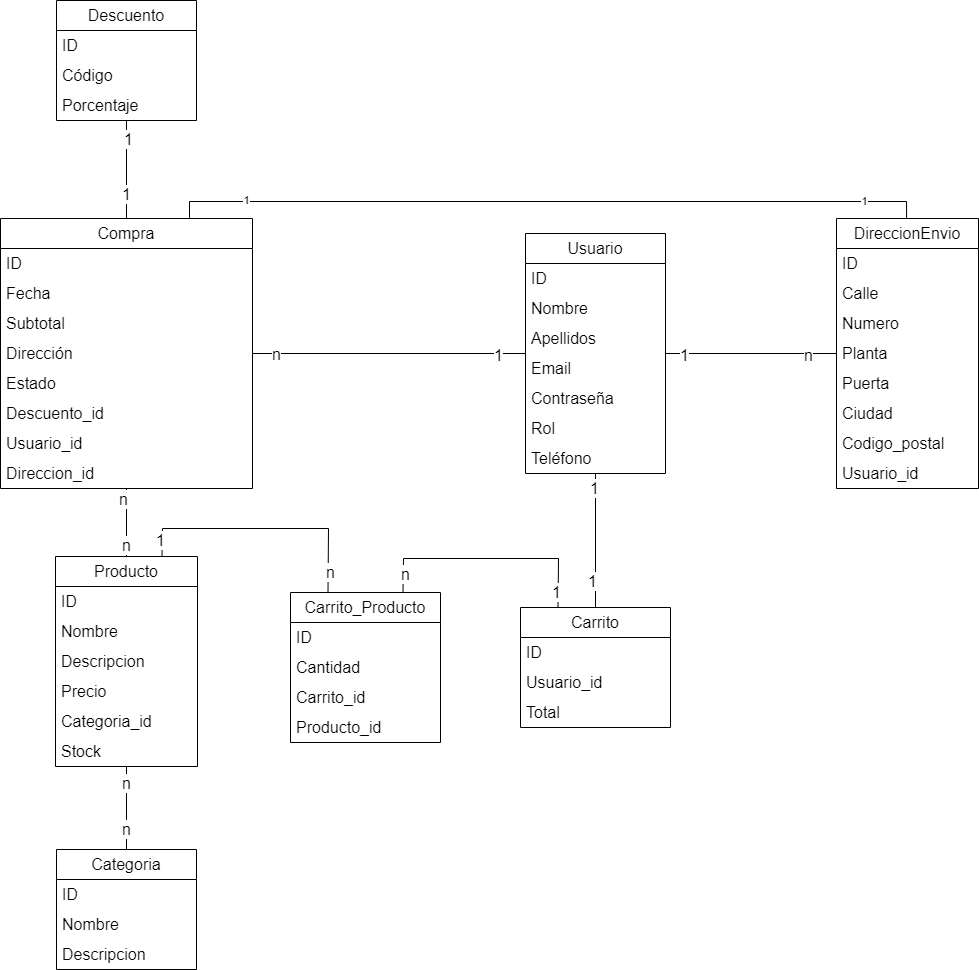
Before: Design/UML.png, a diagram exported from draw.io (Pablo-Hidalgo-Prados/TAD_Grupo1). Source tidied: cells renumbered, new cells last; positions are measured from the earlier drawing's top-left corner, leaving out a move shared by most shapes.
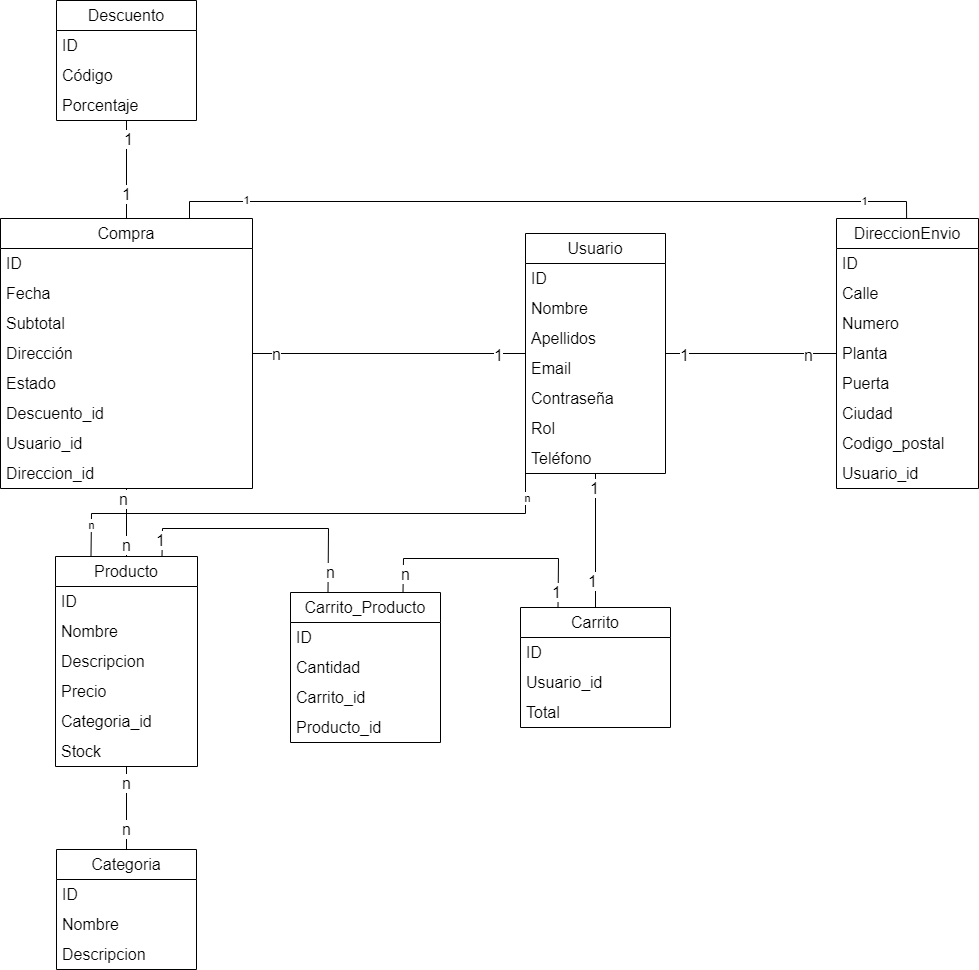
The same file after the commit.

Diff of the diagram source:
```diff
@@ -260,5 +260,19 @@
     <mxCell id="78" value="n" style="edgeLabel;html=1;align=center;verticalAlign=middle;fontSize=16;" parent="76" vertex="1">
       <mxGeometry x="-0.84" y="-2" relative="1" as="geometry" />
     </mxCell>
+    <mxCell id="79" style="endArrow=none;html=1;rounded=0;exitX=0.25;exitY=0;exitDx=0;exitDy=0;entryX=0;entryY=0.5;entryDx=0;entryDy=0;" parent="1" edge="1" source="27" target="18">
+      <mxGeometry relative="1" as="geometry">
+        <Array as="points">
+          <mxPoint x="91" y="513" />
+          <mxPoint x="525" y="513" />
+        </Array>
+      </mxGeometry>
+    </mxCell>
+    <mxCell id="80" value="n" style="edgeLabel;html=1;align=center;verticalAlign=middle;" parent="79" vertex="1">
+      <mxGeometry x="0.85" y="-1" relative="1" as="geometry" />
+    </mxCell>
+    <mxCell id="81" value="n" style="edgeLabel;html=1;align=center;verticalAlign=middle;" parent="79" vertex="1">
+      <mxGeometry x="-0.88" relative="1" as="geometry" />
+    </mxCell>
   </root>
 </mxGraphModel>
```
